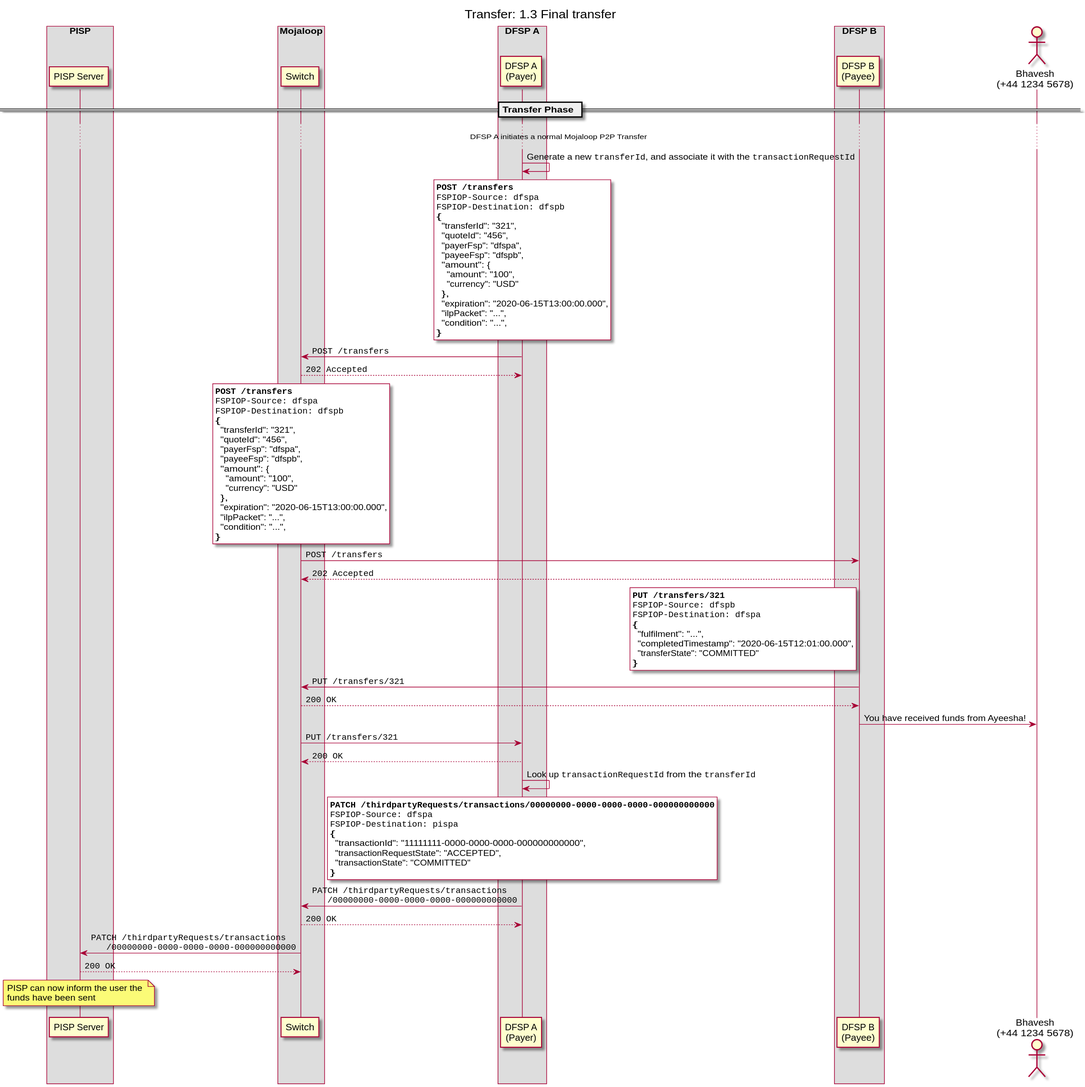
Above: docs/out/transfer/1-3-transfer.svg in mojaloop/pisp-project (PlantUML), before the change. Its source is kept beside it as docs/transfer/1-3-transfer.puml.
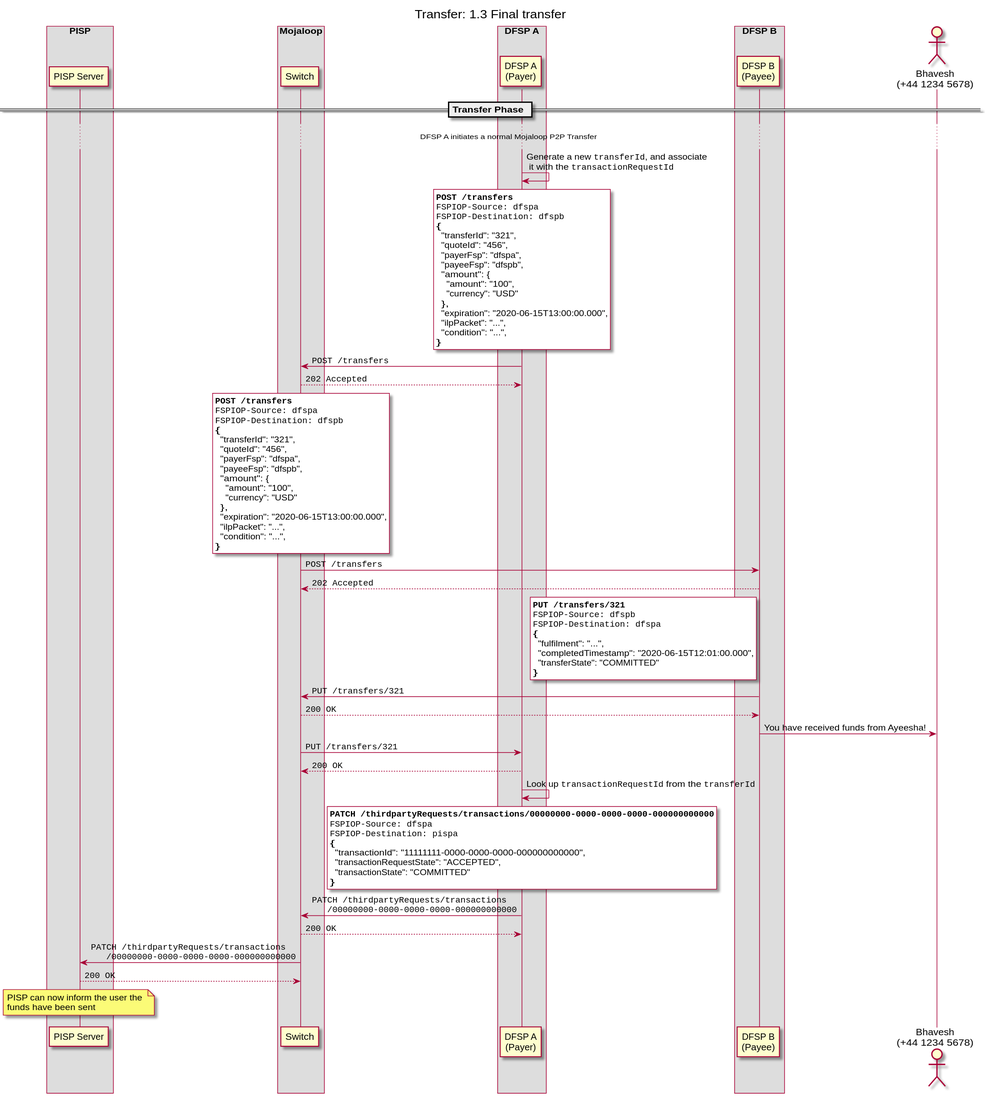
Later version of the same file.

What changed in the source:
```diff
@@ -21,7 +21,7 @@
 
 ... DFSP A initiates a normal Mojaloop P2P Transfer ...
 
-D2 -> D2: Generate a new ""transferId"", and associate it with the ""transactionRequestId""
+D2 -> D2: Generate a new ""transferId"", and associate \n it with the ""transactionRequestId""
 
 rnote over D2 #Light
 **""POST /transfers""**
```
